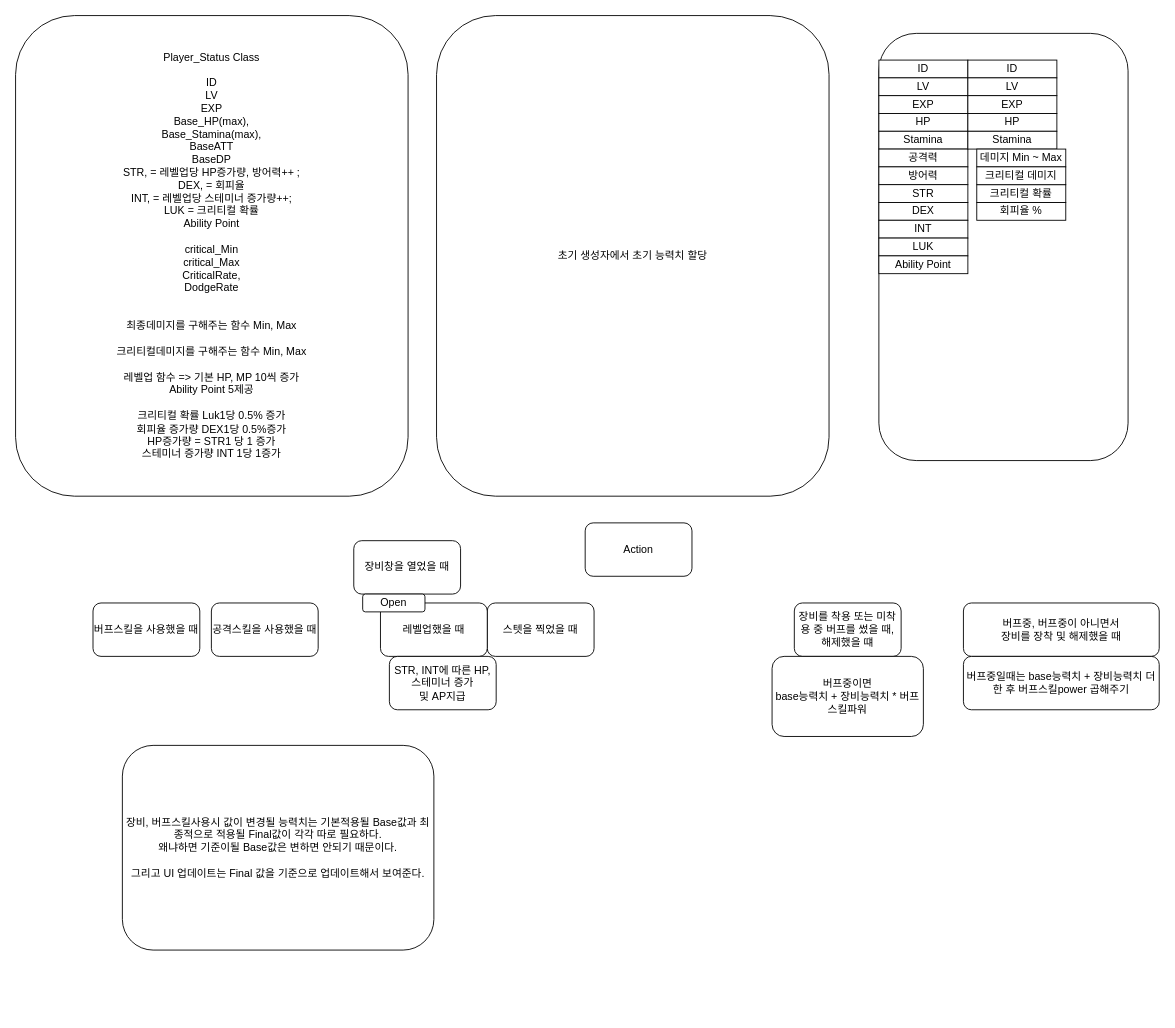
Above: 다이어그램/플레이어 Status.drawio in steelfs/JY (draw.io), before the change. Source tidied: cells renumbered, new cells numbered last; positions are measured from the earlier drawing's top-left corner, leaving out a move shared by most shapes. Both pictures are drawn from the tidied source at 89%, with x=0, y=0 at pixel (15, 15).
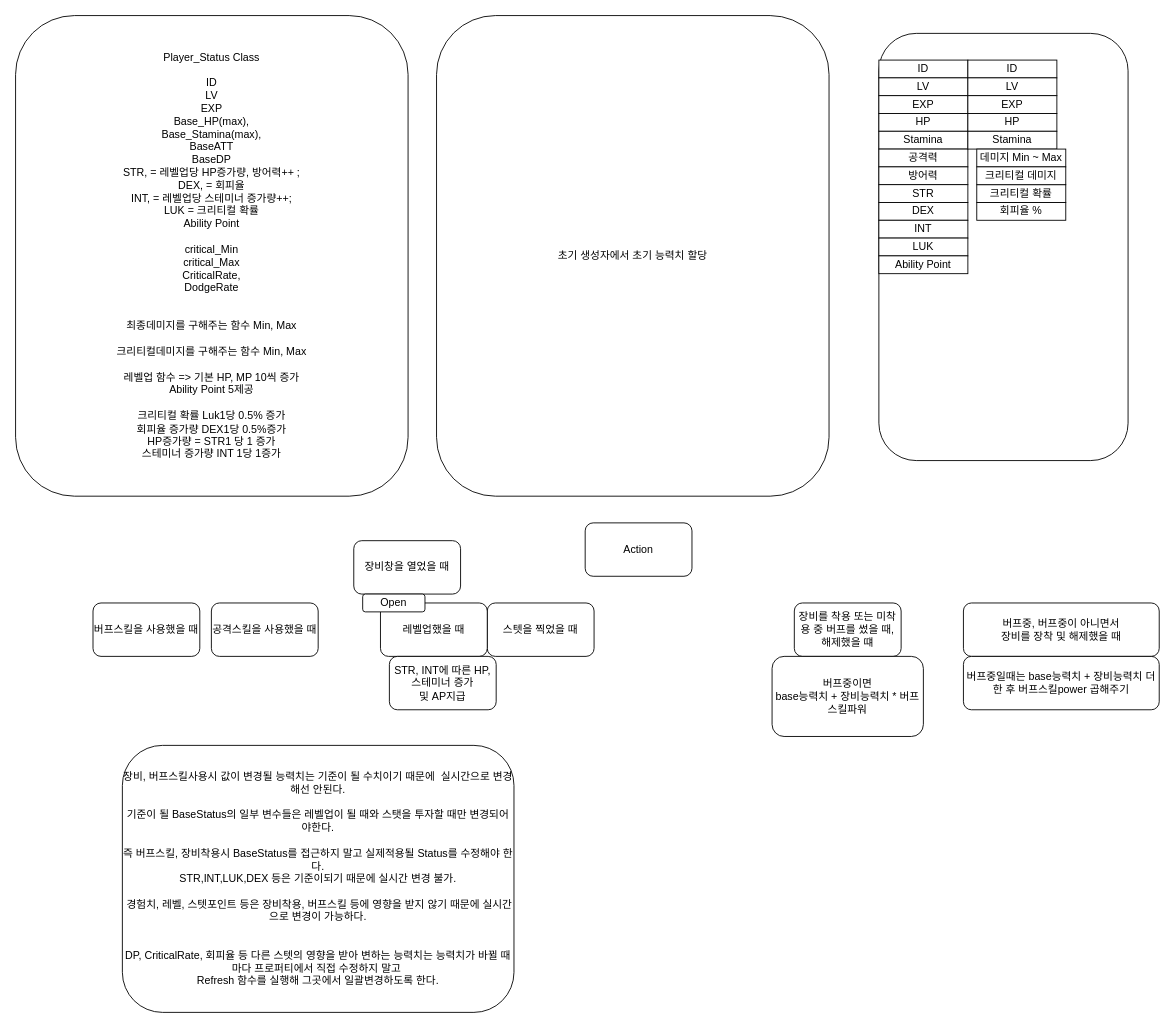
Above is the later version.

Change to the diagram source:
```diff
@@
-    <mxCell id="38" value="장비, 버프스킬사용시 값이 변경될 능력치는 기본적용될 Base값과 최종적으로 적용될 Final값이 각각 따로 필요하다.&lt;br&gt;왜냐하면 기준이될 Base값은 변하면 안되기 때문이다.&lt;br&gt;&lt;br&gt;그리고 UI 업데이트는 Final 값을 기준으로 업데이트해서 보여준다." style="rounded=1;whiteSpace=wrap;html=1;" parent="1" vertex="1">
-      <mxGeometry x="120" y="820" width="350" height="230" as="geometry" />
+    <mxCell id="38" value="장비, 버프스킬사용시 값이 변경될 능력치는 기준이 될 수치이기 때문에&amp;nbsp; 실시간으로 변경해선 안된다.&lt;br&gt;&lt;br&gt;기준이 될 BaseStatus의 일부 변수들은 레벨업이 될 때와 스탯을 투자할 때만 변경되어야한다.&lt;br&gt;&lt;br&gt;즉 버프스킬, 장비착용시 BaseStatus를 접근하지 말고 실제적용될 Status를 수정해야 한다.&lt;br&gt;STR,INT,LUK,DEX 등은 기준이되기 때문에 실시간 변경 불가.&lt;br&gt;&lt;br&gt;&amp;nbsp;경험치, 레벨, 스텟포인트 등은 장비착용, 버프스킬 등에 영향을 받지 않기 때문에 실시간으로 변경이 가능하다.&lt;br&gt;&lt;br&gt;&lt;br&gt;DP, CriticalRate, 회피율 등 다른 스텟의 영향을 받아 변하는 능력치는 능력치가 바뀔 때마다 프로퍼티에서 직접 수정하지 말고&amp;nbsp;&lt;br&gt;Refresh 함수를 실행해 그곳에서 일괄변경하도록 한다." style="rounded=1;whiteSpace=wrap;html=1;" parent="1" vertex="1">
+      <mxGeometry x="120" y="820" width="440" height="300" as="geometry" />
     </mxCell>
```
